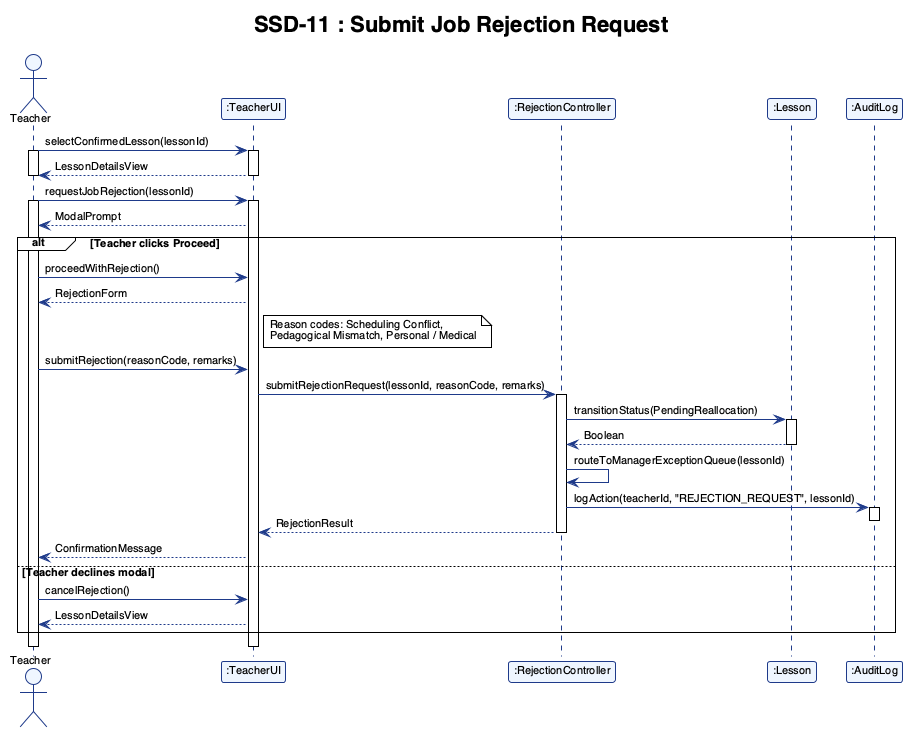
This is report/assets/ssd_10.png from adoreblvnk/2001temp, a PlantUML export, as it was before one commit. Its diagram source:
```plantuml
@startuml ssd_11
!theme plain
skinparam shadowing false
skinparam defaultFontName "Helvetica", "Arial", sans-serif
skinparam defaultFontSize 11
skinparam sequence {
    ParticipantBorderColor #1E3A8A
    ParticipantBackgroundColor #EFF6FF
    LifeLineBorderColor #1E3A8A
    LifeLineBackgroundColor #FFFFFF
    ArrowColor #1E3A8A
    ActorBorderColor #1E3A8A
    ActorBackgroundColor #EFF6FF
}

title SSD-11 : Submit Job Rejection Request

actor Teacher
participant ":TeacherUI" as TeacherUI
participant ":RejectionController" as RejectionController
participant ":Lesson" as Lesson
participant ":AuditLog" as AuditLog

Teacher -> TeacherUI : selectConfirmedLesson(lessonId)
activate Teacher
activate TeacherUI

TeacherUI --> Teacher : LessonDetailsView
deactivate TeacherUI
deactivate Teacher

Teacher -> TeacherUI : requestJobRejection(lessonId)
activate Teacher
activate TeacherUI

TeacherUI --> Teacher : ModalPrompt

alt Teacher clicks Proceed
    Teacher -> TeacherUI : proceedWithRejection()
    TeacherUI --> Teacher : RejectionForm

    note right of TeacherUI
      Reason codes: Scheduling Conflict,
      Pedagogical Mismatch, Personal / Medical
    end note

    Teacher -> TeacherUI : submitRejection(reasonCode, remarks)
    TeacherUI -> RejectionController : submitRejectionRequest(lessonId, reasonCode, remarks)
    activate RejectionController

    RejectionController -> Lesson : transitionStatus(PendingReallocation)
    activate Lesson
    Lesson --> RejectionController : Boolean
    deactivate Lesson

    RejectionController -> RejectionController : routeToManagerExceptionQueue(lessonId)

    RejectionController -> AuditLog : logAction(teacherId, "REJECTION_REQUEST", lessonId)
    activate AuditLog
    deactivate AuditLog

    RejectionController --> TeacherUI : RejectionResult
    deactivate RejectionController

    TeacherUI --> Teacher : ConfirmationMessage
else Teacher declines modal
    Teacher -> TeacherUI : cancelRejection()
    TeacherUI --> Teacher : LessonDetailsView
end

deactivate TeacherUI
deactivate Teacher

@enduml
```
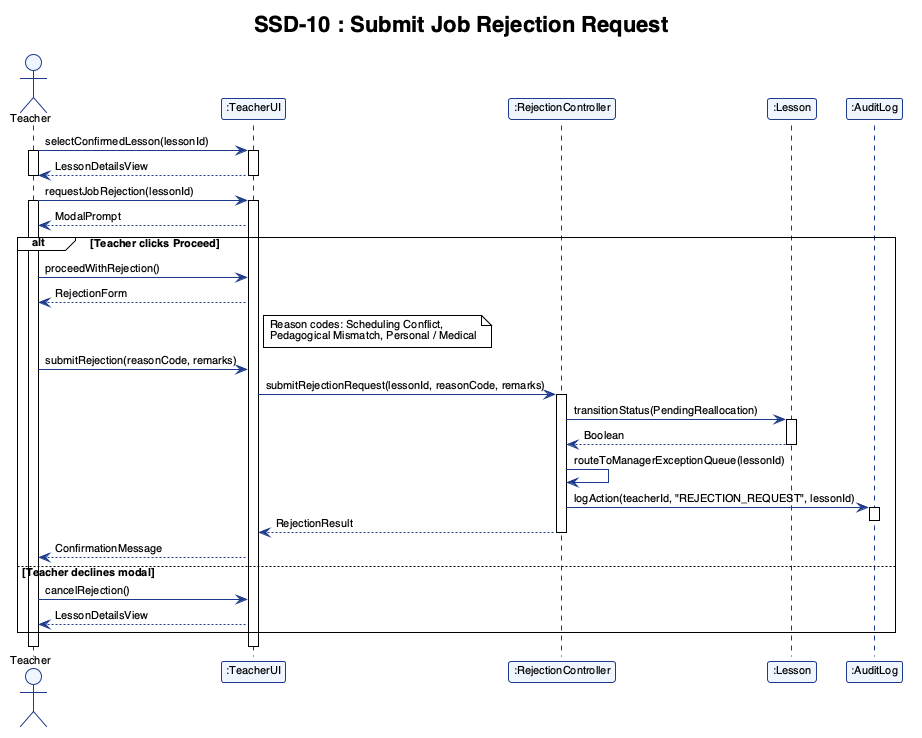
After the change.

What changed in the source:
```diff
@@ -1,4 +1,4 @@
-@startuml ssd_11
+@startuml ssd_10
 !theme plain
 skinparam shadowing false
 skinparam defaultFontName "Helvetica", "Arial", sans-serif
@@ -13,7 +13,7 @@
     ActorBackgroundColor #EFF6FF
 }
 
-title SSD-11 : Submit Job Rejection Request
+title SSD-10 : Submit Job Rejection Request
 
 actor Teacher
 participant ":TeacherUI" as TeacherUI
```
